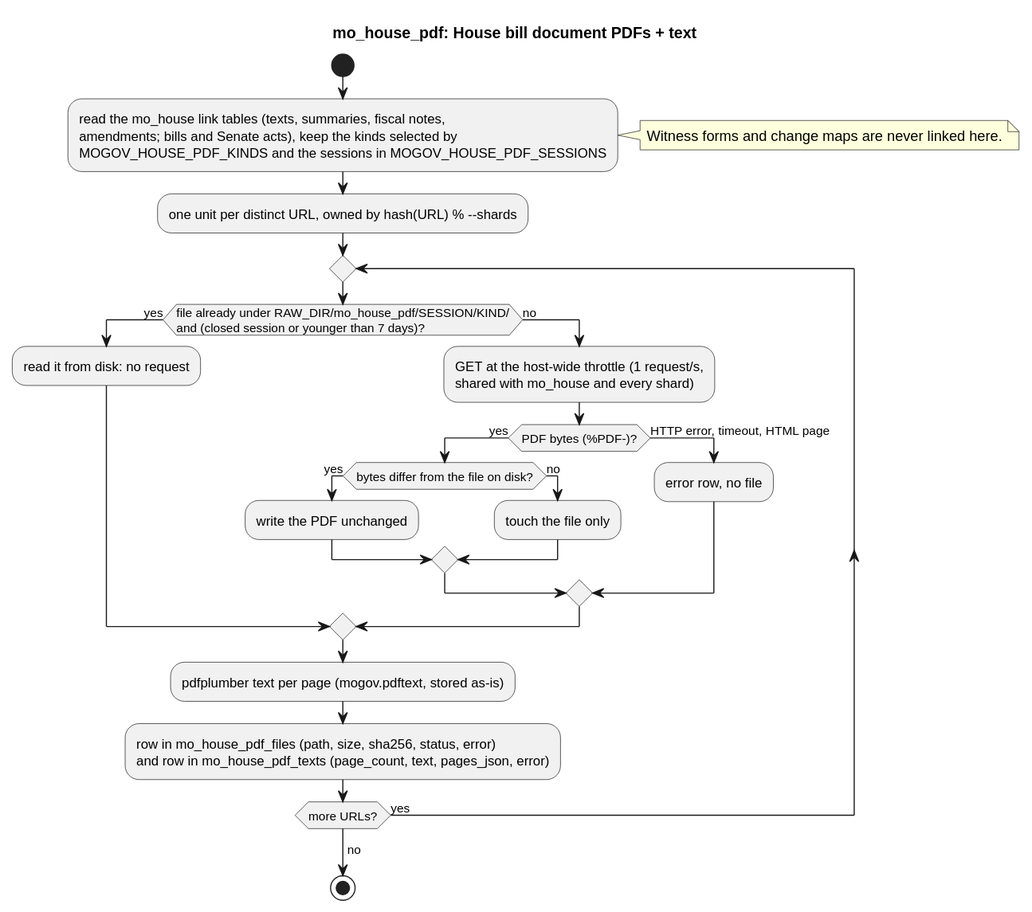
This is docs/diagrams/sources/mo_house_pdf.svg from akettmann/missouri_gov_feed, a PlantUML export, as it was before one commit. Its source is kept beside it as docs/diagrams/sources/mo_house_pdf.puml.
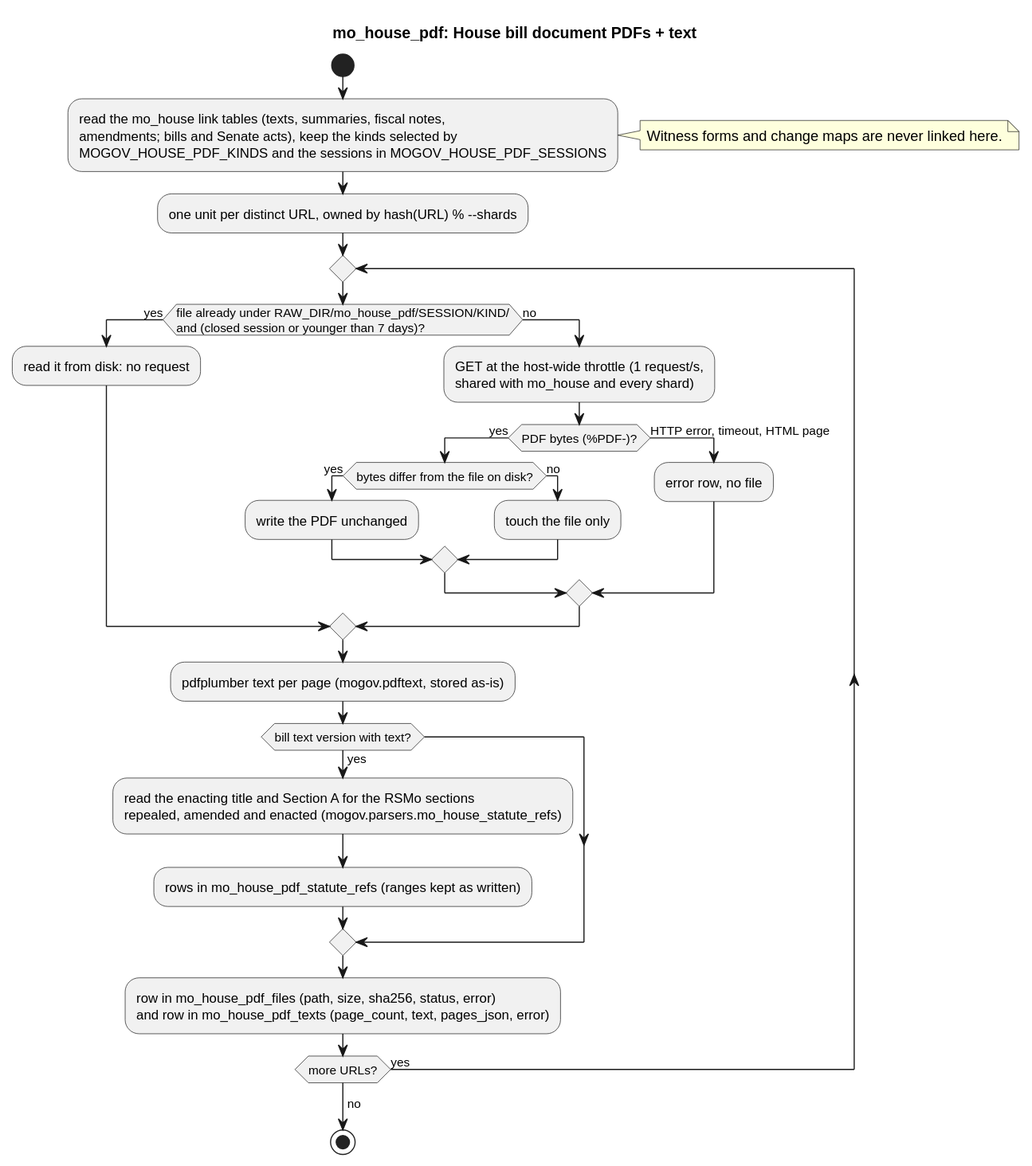
After the change.

The edit, as a diff of the source:
```diff
@@ -25,6 +25,11 @@
     endif
   endif
   :pdfplumber text per page (mogov.pdftext, stored as-is);
+  if (bill text version with text?) then (yes)
+    :read the enacting title and Section A for the RSMo sections
+    repealed, amended and enacted (mogov.parsers.mo_house_statute_refs);
+    :rows in mo_house_pdf_statute_refs (ranges kept as written);
+  endif
   :row in mo_house_pdf_files (path, size, sha256, status, error)
   and row in mo_house_pdf_texts (page_count, text, pages_json, error);
 repeat while (more URLs?) is (yes)
```
